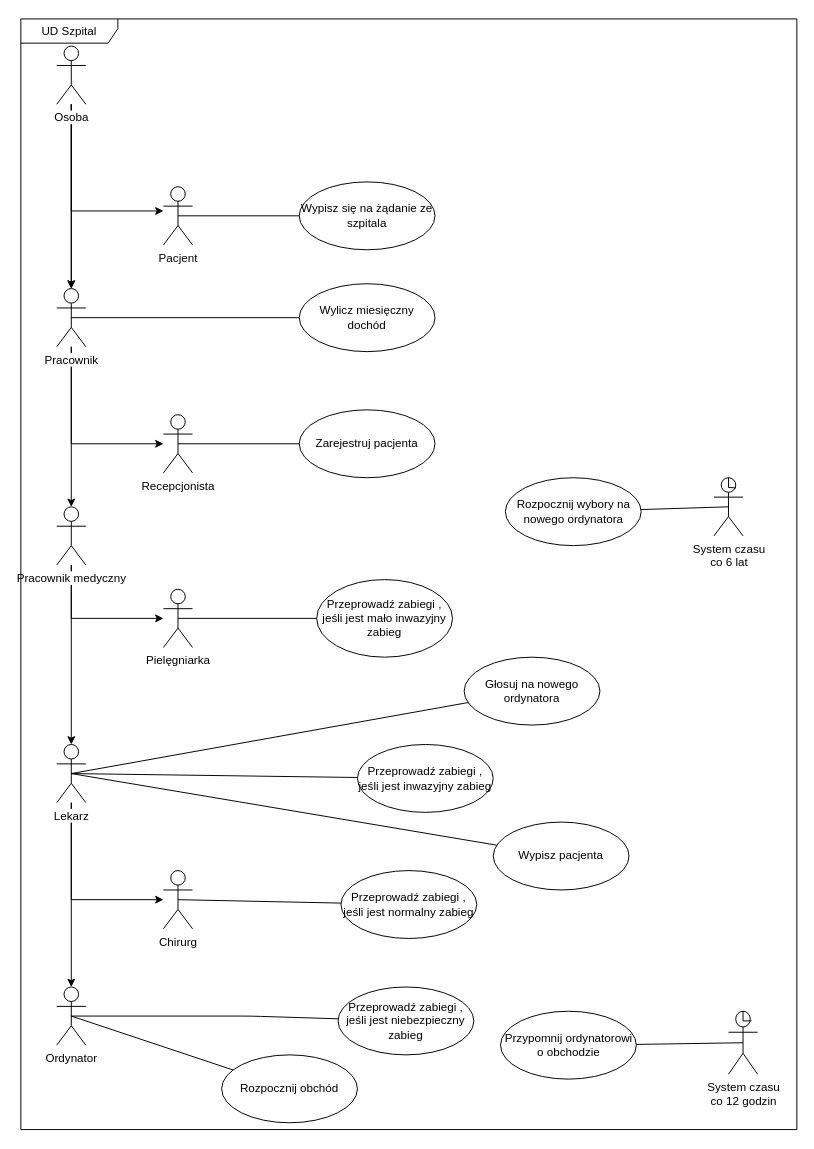
Above: page "actor" (2 of 2) of Szpital.drawio in AleksanderStaruch/HospitalUML (draw.io), before the change. Source tidied: cells renumbered, new cells numbered last; positions are measured from the earlier drawing's top-left corner, leaving out a move shared by most shapes. Both pictures are drawn from the tidied source at 97%, with x=0, y=0 at pixel (20, 18).
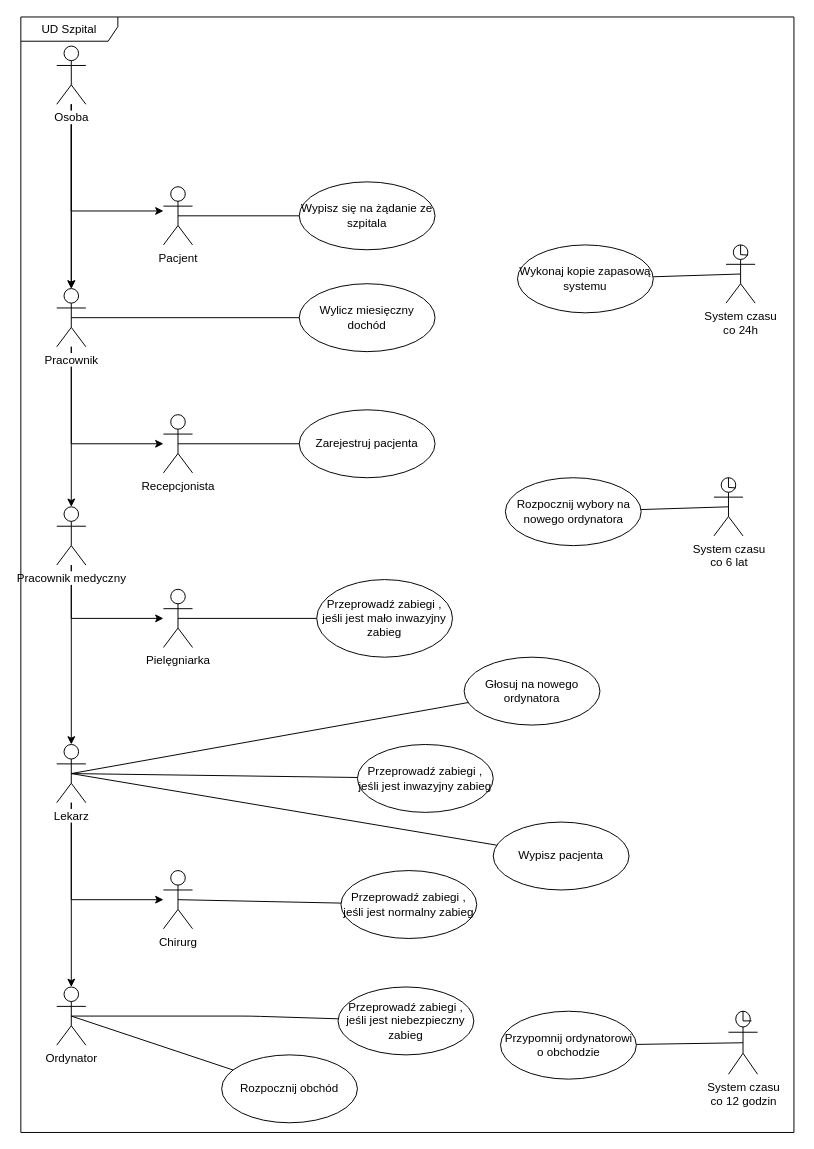
After the change.

The edit, as a diff of the source:
```diff
@@
     <mxCell id="48" value="UD Szpital" style="shape=umlFrame;whiteSpace=wrap;html=1;width=100;height=25;noLabel=0;" parent="1" vertex="1">
-      <mxGeometry width="800" height="1145" as="geometry" />
+      <mxGeometry y="-2" width="797" height="1150" as="geometry" />
     </mxCell>
+    <mxCell id="49" style="endArrow=none;html=1;entryX=0.5;entryY=0.5;entryDx=0;entryDy=0;entryPerimeter=0;" parent="1" edge="1" source="51" target="50">
+      <mxGeometry relative="1" as="geometry" />
+    </mxCell>
+    <mxCell id="50" value="System czasu &lt;br&gt;co 24h" style="shape=umlActor;verticalLabelPosition=bottom;labelBackgroundColor=#ffffff;verticalAlign=top;html=1;" parent="1" vertex="1">
+      <mxGeometry x="727" y="233" width="30" height="60" as="geometry" />
+    </mxCell>
+    <mxCell id="51" value="Wykonaj kopie zapasową systemu" style="ellipse;whiteSpace=wrap;html=1;" parent="1" vertex="1">
+      <mxGeometry x="512" y="233" width="140" height="70" as="geometry" />
+    </mxCell>
+    <mxCell id="52" style="endArrow=none;html=1;shadow=0;comic=0;jumpSize=0;jumpStyle=arc;startSize=0;rounded=0;exitX=0.5;exitY=0;exitDx=0;exitDy=0;exitPerimeter=0;entryX=0.758;entryY=0.175;entryDx=0;entryDy=0;entryPerimeter=0;" parent="1" edge="1" source="50" target="50">
+      <mxGeometry relative="1" as="geometry">
+        <Array as="points">
+          <mxPoint x="742" y="243" />
+        </Array>
+      </mxGeometry>
+    </mxCell>
```
